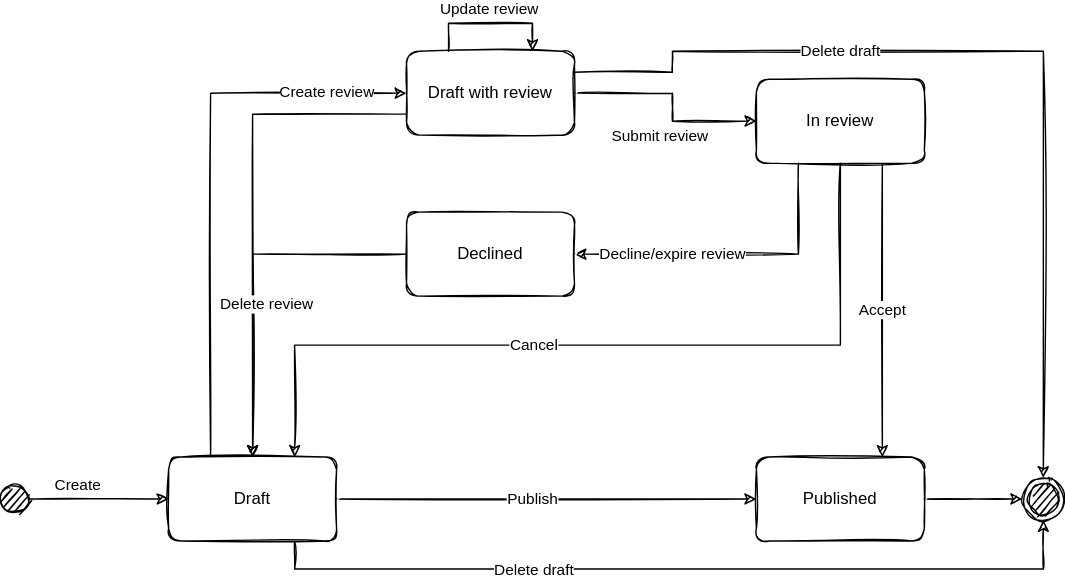
Earlier version of the draw.io export docs/develop/img/review-states.svg (inveniosoftware/docs-invenio-rdm). Source tidied: cells renumbered, new cells last; positions are measured from the earlier drawing's top-left corner, leaving out a move shared by most shapes.
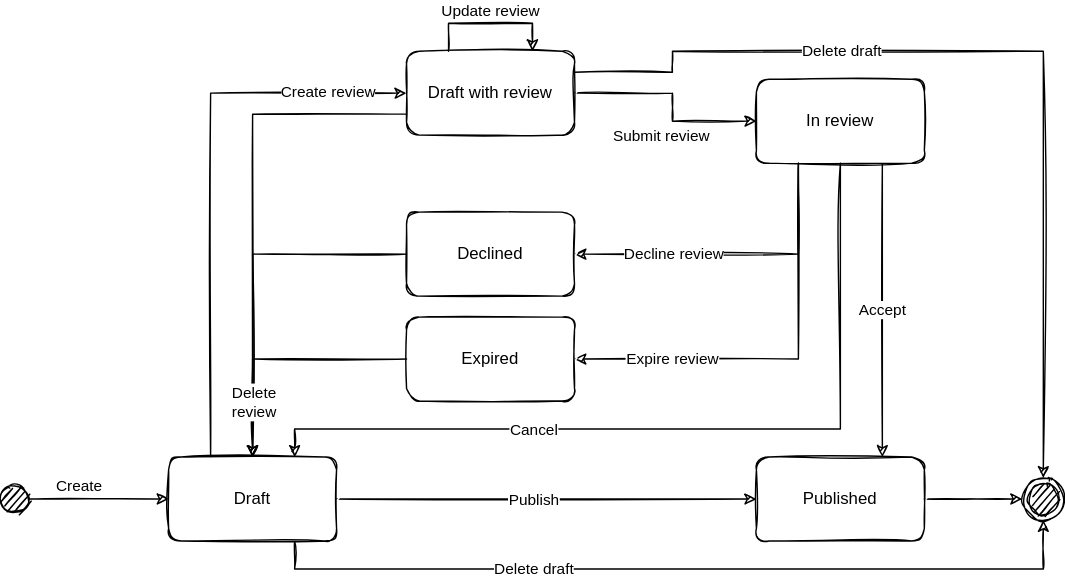
Later version of the same file.

What changed in the source:
```diff
@@ -26,7 +26,7 @@
     </mxCell>
     <mxCell id="8" value="Delete draft" style="edgeLabel;html=1;align=center;verticalAlign=middle;fontSize=11;" parent="7" vertex="1">
       <mxGeometry x="-0.1" relative="1" as="geometry">
-        <mxPoint x="-75" y="1" as="offset" />
+        <mxPoint x="-76" y="-1" as="offset" />
       </mxGeometry>
     </mxCell>
     <mxCell id="9" style="edgeStyle=orthogonalEdgeStyle;rounded=0;jettySize=auto;html=1;exitX=0.25;exitY=0;exitDx=0;exitDy=0;entryX=0;entryY=0.5;entryDx=0;entryDy=0;sketch=1;" parent="1" edge="1" source="11" target="17">
@@ -34,7 +34,7 @@
     </mxCell>
     <mxCell id="10" value="Create review" style="edgeLabel;html=1;align=center;verticalAlign=middle;" parent="9" vertex="1">
       <mxGeometry x="0.57" y="-2" relative="1" as="geometry">
-        <mxPoint x="28" y="-3" as="offset" />
+        <mxPoint x="28" y="-4" as="offset" />
       </mxGeometry>
     </mxCell>
     <mxCell id="11" value="Draft" style="rounded=1;whiteSpace=wrap;html=1;shadow=0;sketch=1;strokeColor=#000000;fillColor=#FFFFFF;" parent="1" vertex="1">
@@ -64,7 +64,7 @@
     </mxCell>
     <mxCell id="15" value="Delete draft" style="edgeLabel;html=1;align=center;verticalAlign=middle;" parent="14" vertex="1">
       <mxGeometry x="-0.51" relative="1" as="geometry">
-        <mxPoint x="44" as="offset" />
+        <mxPoint x="44" y="-1" as="offset" />
       </mxGeometry>
     </mxCell>
     <mxCell id="16" style="edgeStyle=orthogonalEdgeStyle;rounded=0;jettySize=auto;html=1;exitX=0;exitY=0.75;exitDx=0;exitDy=0;entryX=0.5;entryY=0;entryDx=0;entryDy=0;sketch=1;" parent="1" edge="1" source="17" target="11">
@@ -92,46 +92,65 @@
     <mxCell id="21" value="Published" style="rounded=1;whiteSpace=wrap;html=1;shadow=0;sketch=1;strokeColor=#000000;fillColor=#FFFFFF;" parent="1" vertex="1">
       <mxGeometry x="540" y="310" width="120" height="60" as="geometry" />
     </mxCell>
-    <mxCell id="22" value="Accept" style="edgeStyle=orthogonalEdgeStyle;rounded=0;jettySize=auto;html=1;exitX=0.75;exitY=1;exitDx=0;exitDy=0;fontSize=11;entryX=0.75;entryY=0;entryDx=0;entryDy=0;sketch=1;" parent="1" edge="1" source="27" target="21">
-      <mxGeometry relative="1" as="geometry" />
+    <mxCell id="22" value="Accept" style="edgeStyle=orthogonalEdgeStyle;rounded=0;orthogonalLoop=1;jettySize=auto;html=1;exitX=0.75;exitY=1;exitDx=0;exitDy=0;fontSize=11;entryX=0.75;entryY=0;entryDx=0;entryDy=0;sketch=1;" parent="1" edge="1">
+      <mxGeometry relative="1" as="geometry">
+        <mxPoint x="630" y="100" as="sourcePoint" />
+        <mxPoint x="630" y="310" as="targetPoint" />
+      </mxGeometry>
     </mxCell>
     <mxCell id="23" style="edgeStyle=orthogonalEdgeStyle;rounded=0;jettySize=auto;html=1;exitX=0.25;exitY=1;exitDx=0;exitDy=0;fontSize=11;entryX=1;entryY=0.5;entryDx=0;entryDy=0;sketch=1;" parent="1" edge="1" source="27" target="30">
       <mxGeometry relative="1" as="geometry" />
     </mxCell>
-    <mxCell id="24" value="Decline/expire review" style="edgeLabel;html=1;align=center;verticalAlign=middle;fontSize=11;" parent="23" vertex="1">
+    <mxCell id="24" value="Decline review" style="edgeLabel;html=1;align=center;verticalAlign=middle;fontSize=11;" parent="23" vertex="1">
       <mxGeometry x="0.18" relative="1" as="geometry">
-        <mxPoint x="-22" as="offset" />
+        <mxPoint x="-22" y="-1" as="offset" />
       </mxGeometry>
     </mxCell>
     <mxCell id="25" style="edgeStyle=orthogonalEdgeStyle;rounded=0;jettySize=auto;html=1;exitX=0.5;exitY=1;exitDx=0;exitDy=0;entryX=0.75;entryY=0;entryDx=0;entryDy=0;sketch=1;" parent="1" edge="1" source="27" target="11">
       <mxGeometry relative="1" as="geometry">
         <Array as="points">
-          <mxPoint x="600" y="230" />
-          <mxPoint x="210" y="230" />
+          <mxPoint x="600" y="290" />
+          <mxPoint x="210" y="290" />
         </Array>
       </mxGeometry>
     </mxCell>
     <mxCell id="26" value="Cancel" style="edgeLabel;html=1;align=center;verticalAlign=middle;" parent="25" vertex="1">
       <mxGeometry x="0.51" y="-2" relative="1" as="geometry">
-        <mxPoint x="102" y="2" as="offset" />
+        <mxPoint x="42" y="2" as="offset" />
       </mxGeometry>
     </mxCell>
+    <mxCell id="32" style="edgeStyle=orthogonalEdgeStyle;rounded=0;jettySize=auto;html=1;exitX=0.25;exitY=1;exitDx=0;exitDy=0;entryX=1;entryY=0.5;entryDx=0;entryDy=0;sketch=1;" parent="1" edge="1" source="27" target="35">
+      <mxGeometry relative="1" as="geometry" />
+    </mxCell>
+    <mxCell id="33" value="Expire review" style="edgeLabel;html=1;align=center;verticalAlign=middle;" parent="32" vertex="1">
+      <mxGeometry x="0.54" y="1" relative="1" as="geometry">
+        <mxPoint y="-2" as="offset" />
+      </mxGeometry>
+    </mxCell>
     <mxCell id="27" value="In review" style="rounded=1;whiteSpace=wrap;html=1;shadow=0;sketch=1;strokeColor=#000000;fillColor=#FFFFFF;" parent="1" vertex="1">
       <mxGeometry x="540" y="40" width="120" height="60" as="geometry" />
     </mxCell>
+    <mxCell id="30" value="Declined" style="rounded=1;whiteSpace=wrap;html=1;shadow=0;sketch=1;strokeColor=#000000;fillColor=#FFFFFF;" parent="1" vertex="1">
+      <mxGeometry x="290" y="135" width="120" height="60" as="geometry" />
+    </mxCell>
+    <mxCell id="31" style="ellipse;html=1;shape=endState;fillColor=#000000;strokeColor=#000000;shadow=0;sketch=1;" parent="1" vertex="1">
+      <mxGeometry x="730" y="325" width="30" height="30" as="geometry" />
+    </mxCell>
+    <mxCell id="34" style="edgeStyle=orthogonalEdgeStyle;rounded=0;jettySize=auto;html=1;exitX=0;exitY=0.5;exitDx=0;exitDy=0;sketch=1;" parent="1" edge="1" source="35">
+      <mxGeometry relative="1" as="geometry">
+        <mxPoint x="180" y="310" as="targetPoint" />
+      </mxGeometry>
+    </mxCell>
+    <mxCell id="35" value="Expired" style="rounded=1;whiteSpace=wrap;html=1;shadow=0;sketch=1;strokeColor=#000000;fillColor=#FFFFFF;" parent="1" vertex="1">
+      <mxGeometry x="290" y="210" width="120" height="60" as="geometry" />
+    </mxCell>
     <mxCell id="28" style="edgeStyle=orthogonalEdgeStyle;rounded=0;jettySize=auto;html=1;exitX=0;exitY=0.5;exitDx=0;exitDy=0;entryX=0.5;entryY=0;entryDx=0;entryDy=0;fontSize=11;sketch=1;" parent="1" edge="1" source="30" target="11">
       <mxGeometry relative="1" as="geometry" />
     </mxCell>
-    <mxCell id="29" value="Delete review" style="edgeLabel;html=1;align=center;verticalAlign=middle;fontSize=11;" parent="28" vertex="1">
+    <mxCell id="29" value="Delete &lt;br&gt;review" style="edgeLabel;html=1;align=center;verticalAlign=middle;fontSize=11;labelBackgroundColor=default;" parent="28" vertex="1">
       <mxGeometry x="-0.04" y="4" relative="1" as="geometry">
-        <mxPoint x="6" y="23" as="offset" />
+        <mxPoint x="-4" y="93" as="offset" />
       </mxGeometry>
     </mxCell>
-    <mxCell id="30" value="Declined" style="rounded=1;whiteSpace=wrap;html=1;shadow=0;sketch=1;strokeColor=#000000;fillColor=#FFFFFF;" parent="1" vertex="1">
-      <mxGeometry x="290" y="135" width="120" height="60" as="geometry" />
-    </mxCell>
-    <mxCell id="31" style="ellipse;html=1;shape=endState;fillColor=#000000;strokeColor=#000000;shadow=0;sketch=1;" parent="1" vertex="1">
-      <mxGeometry x="730" y="325" width="30" height="30" as="geometry" />
-    </mxCell>
   </root>
 </mxGraphModel>
```
